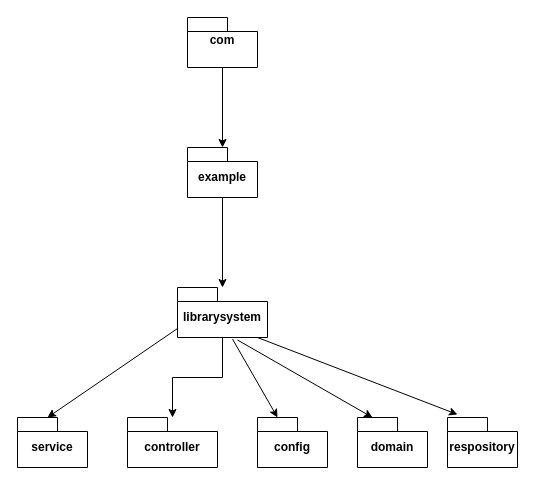
The draw.io diagram パッケージ図.drawio in SuLeiMin/NewLibrarySystem, before the edit. Source tidied: cells renumbered, new cells numbered last; positions are measured from the earlier drawing's top-left corner, leaving out a move shared by most shapes. Both pictures are drawn from the tidied source at 100%, with x=0, y=0 at pixel (17, 17).
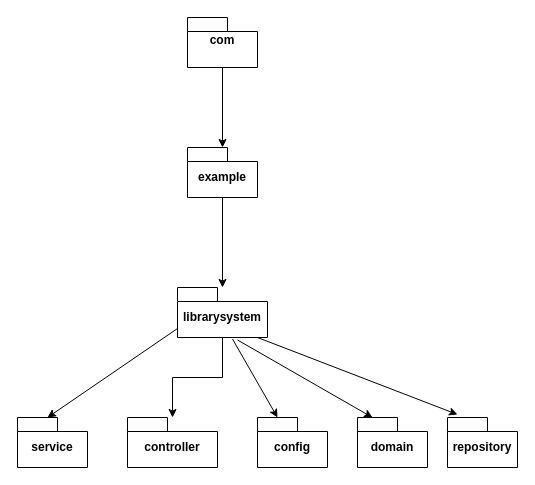
The same diagram, later.

Commit message:
Update パッケージ図.drawio

What changed in the source:
```diff
@@
 <mxGraphModel>
   <root>
     <mxCell id="0" />
     <mxCell id="1" parent="0" />
     <mxCell id="2" style="edgeStyle=orthogonalEdgeStyle;rounded=0;jettySize=auto;html=1;" parent="1" edge="1" source="3" target="5">
       <mxGeometry relative="1" as="geometry" />
     </mxCell>
     <mxCell id="3" value="com&lt;div&gt;&lt;br&gt;&lt;/div&gt;" style="shape=folder;fontStyle=1;spacingTop=10;tabWidth=40;tabHeight=14;tabPosition=left;html=1;whiteSpace=wrap;" parent="1" vertex="1">
       <mxGeometry x="170" width="70" height="50" as="geometry" />
     </mxCell>
     <mxCell id="4" style="edgeStyle=orthogonalEdgeStyle;rounded=0;jettySize=auto;html=1;" parent="1" edge="1" source="5" target="7">
       <mxGeometry relative="1" as="geometry" />
     </mxCell>
     <mxCell id="5" value="&lt;div&gt;example&lt;/div&gt;" style="shape=folder;fontStyle=1;spacingTop=10;tabWidth=40;tabHeight=14;tabPosition=left;html=1;whiteSpace=wrap;" parent="1" vertex="1">
       <mxGeometry x="170" y="130" width="70" height="50" as="geometry" />
     </mxCell>
     <mxCell id="6" style="edgeStyle=orthogonalEdgeStyle;rounded=0;jettySize=auto;html=1;" parent="1" edge="1" source="7" target="8">
       <mxGeometry relative="1" as="geometry" />
     </mxCell>
     <mxCell id="7" value="&lt;div&gt;librarysystem&lt;/div&gt;" style="shape=folder;fontStyle=1;spacingTop=10;tabWidth=40;tabHeight=14;tabPosition=left;html=1;whiteSpace=wrap;" parent="1" vertex="1">
       <mxGeometry x="160" y="270" width="90" height="50" as="geometry" />
     </mxCell>
     <mxCell id="8" value="&lt;div&gt;controller&lt;/div&gt;" style="shape=folder;fontStyle=1;spacingTop=10;tabWidth=40;tabHeight=14;tabPosition=left;html=1;whiteSpace=wrap;" parent="1" vertex="1">
       <mxGeometry x="110" y="400" width="90" height="50" as="geometry" />
     </mxCell>
     <mxCell id="9" value="config" style="shape=folder;fontStyle=1;spacingTop=10;tabWidth=40;tabHeight=14;tabPosition=left;html=1;whiteSpace=wrap;" parent="1" vertex="1">
       <mxGeometry x="240" y="400" width="70" height="50" as="geometry" />
     </mxCell>
     <mxCell id="10" value="domain" style="shape=folder;fontStyle=1;spacingTop=10;tabWidth=40;tabHeight=14;tabPosition=left;html=1;whiteSpace=wrap;" parent="1" vertex="1">
       <mxGeometry x="340" y="400" width="70" height="50" as="geometry" />
     </mxCell>
-    <mxCell id="11" value="respository" style="shape=folder;fontStyle=1;spacingTop=10;tabWidth=40;tabHeight=14;tabPosition=left;html=1;whiteSpace=wrap;" parent="1" vertex="1">
+    <mxCell id="11" value="repository" style="shape=folder;fontStyle=1;spacingTop=10;tabWidth=40;tabHeight=14;tabPosition=left;html=1;whiteSpace=wrap;" parent="1" vertex="1">
       <mxGeometry x="430" y="400" width="70" height="50" as="geometry" />
     </mxCell>
     <mxCell id="12" style="endArrow=classic;html=1;rounded=0;entryX=0;entryY=0;entryDx=20;entryDy=0;entryPerimeter=0;exitX=0.611;exitY=1.03;exitDx=0;exitDy=0;exitPerimeter=0;" parent="1" edge="1" source="7" target="9">
       <mxGeometry relative="1" as="geometry" />
     </mxCell>
     <mxCell id="13" style="endArrow=classic;html=1;rounded=0;entryX=0;entryY=0;entryDx=20;entryDy=0;entryPerimeter=0;exitX=0.667;exitY=1.05;exitDx=0;exitDy=0;exitPerimeter=0;" parent="1" edge="1" source="7">
       <mxGeometry relative="1" as="geometry">
         <mxPoint x="355" y="400" as="targetPoint" />
       </mxGeometry>
     </mxCell>
     <mxCell id="14" style="endArrow=classic;html=1;rounded=0;exitX=0.667;exitY=1.05;exitDx=0;exitDy=0;exitPerimeter=0;" parent="1" edge="1">
       <mxGeometry relative="1" as="geometry">
         <mxPoint x="240" y="320" as="sourcePoint" />
         <mxPoint x="440" y="397" as="targetPoint" />
       </mxGeometry>
     </mxCell>
     <mxCell id="15" value="service" style="shape=folder;fontStyle=1;spacingTop=10;tabWidth=40;tabHeight=14;tabPosition=left;html=1;whiteSpace=wrap;" parent="1" vertex="1">
       <mxGeometry y="400" width="70" height="50" as="geometry" />
     </mxCell>
     <mxCell id="16" style="endArrow=classic;html=1;rounded=0;exitX=0;exitY=0;exitDx=0;exitDy=41;exitPerimeter=0;" parent="1" edge="1" source="7">
       <mxGeometry relative="1" as="geometry">
         <mxPoint x="30" y="400" as="targetPoint" />
       </mxGeometry>
     </mxCell>
   </root>
 </mxGraphModel>
```
